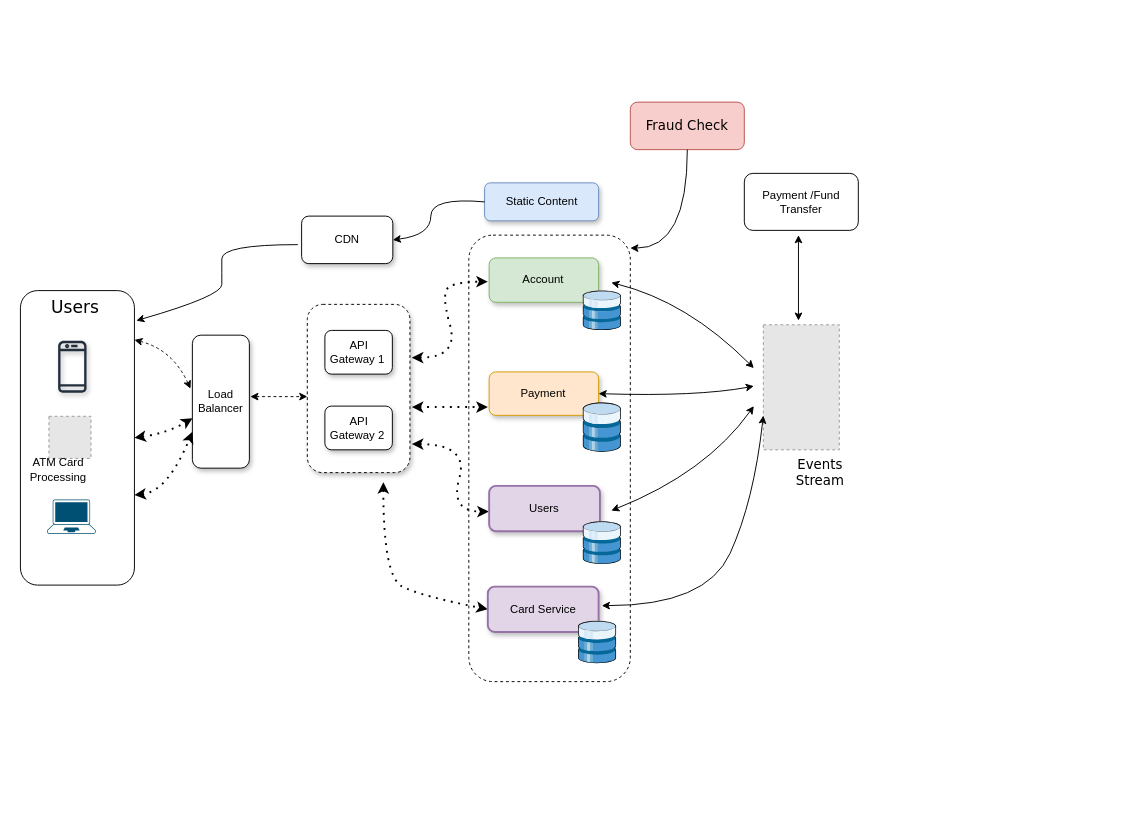
Above: EPAM_Unque_bank.drawio in PramodNegi/problem-solving-techniques (draw.io), before the change. Source tidied: cells renumbered, new cells numbered last; positions are measured from the earlier drawing's top-left corner, leaving out a move shared by most shapes. Both pictures are drawn from the tidied source at 95%, with x=0, y=0 at pixel (20, 102). Pictures stored in the file or linked from it are replaced by grey dashed boxes.
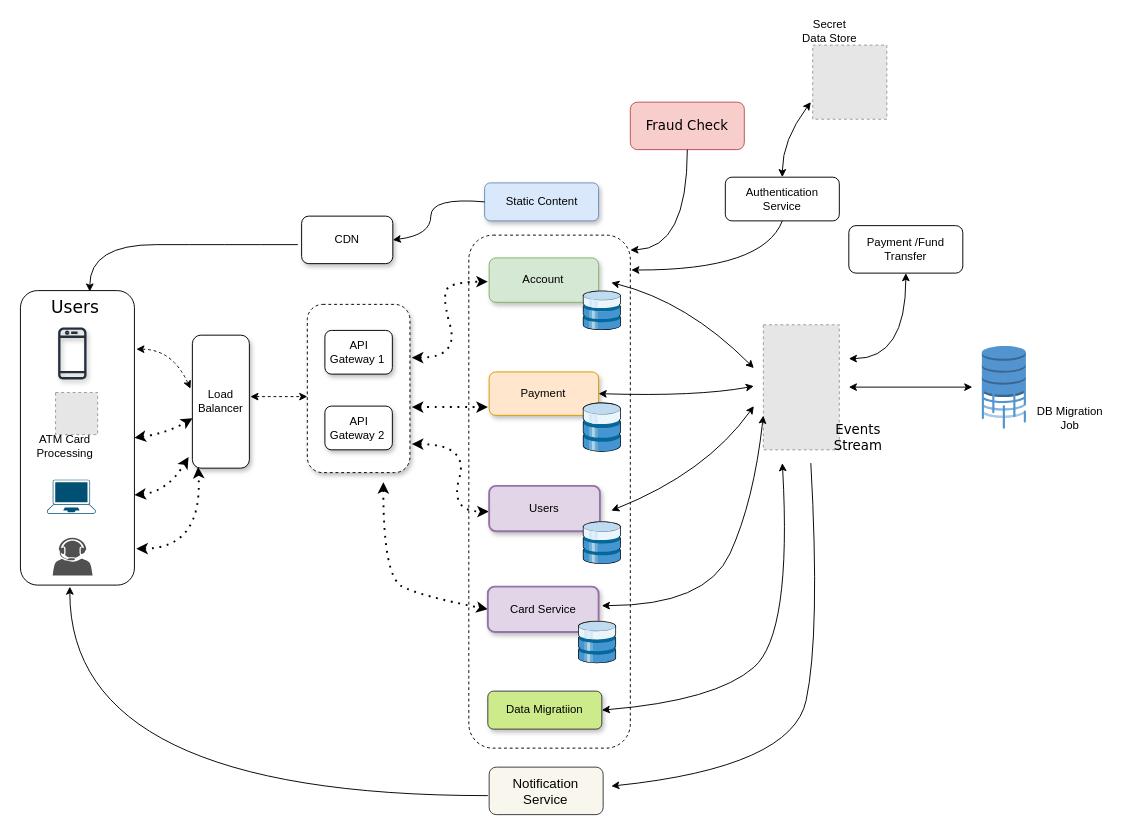
After the change.

The change refers to these unchanged cells:
```xml
<mxCell id="3" value="Load Balancer" style="rounded=1;whiteSpace=wrap;html=1;shadow=1;" parent="1" vertex="1">
  <mxGeometry x="181" y="245.3" width="60" height="140" as="geometry" />
</mxCell>
<mxCell id="16" style="rounded=1;whiteSpace=wrap;html=1;" parent="15" vertex="1">
  <mxGeometry width="120" height="310" as="geometry" />
</mxCell>
<mxCell id="19" value="&lt;font style=&quot;font-size: 18px;&quot; face=&quot;Verdana&quot;&gt;Users&lt;/font&gt;" style="text;html=1;align=center;verticalAlign=middle;whiteSpace=wrap;rounded=0;" parent="15" vertex="1">
  <mxGeometry x="28" y="1" width="60" height="31" as="geometry" />
</mxCell>
```

Change to the diagram source:
```diff
@@
     <mxCell id="2" style="rounded=1;whiteSpace=wrap;html=1;dashed=1;" parent="1" vertex="1">
-      <mxGeometry x="472" y="140" width="170" height="470" as="geometry" />
+      <mxGeometry x="472" y="140" width="170" height="540" as="geometry" />
     </mxCell>
@@
     <mxCell id="15" style="group;shadow=1;rounded=0;glass=1;" parent="1" vertex="1">
-      <mxGeometry y="198.4" width="120" height="310" as="geometry" />
+      <mxGeometry y="198.4" width="120" height="326.6" as="geometry" />
     </mxCell>
@@
     <mxCell id="17" style="sketch=0;fontColor=#232F3E;gradientColor=none;fillColor=#232F3D;strokeColor=none;dashed=0;verticalLabelPosition=bottom;verticalAlign=top;align=center;html=1;fontSize=12;fontStyle=0;shape=mxgraph.aws4.mobile_client;shadow=1;" parent="15" vertex="1">
-      <mxGeometry x="39.7" y="51.7" width="29.9" height="56.9" as="geometry" />
+      <mxGeometry x="39.7" y="37.7" width="29.9" height="56.9" as="geometry" />
     </mxCell>
     <mxCell id="18" style="verticalLabelPosition=bottom;sketch=0;html=1;verticalAlign=top;align=center;shape=mxgraph.cisco19.laptop;fillColor=#005073;strokeColor=none;" parent="15" vertex="1">
-      <mxGeometry x="28" y="220" width="51.3" height="35.9" as="geometry" />
+      <mxGeometry x="28" y="199" width="51.3" height="35.9" as="geometry" />
     </mxCell>
@@
     <mxCell id="20" style="group;" parent="15" vertex="1">
-      <mxGeometry x="10" y="132.3" width="64.3" height="71.7" as="geometry" />
+      <mxGeometry x="17" y="107.3" width="64.3" height="71.7" as="geometry" />
     </mxCell>
@@
+    <mxCell id="46" style="sketch=0;shadow=0;dashed=0;html=1;strokeColor=none;fillColor=#505050;labelPosition=center;verticalLabelPosition=bottom;verticalAlign=top;align=center;shape=mxgraph.office.users.call_center_agent;" parent="15" vertex="1">
+      <mxGeometry x="34" y="260" width="42" height="40" as="geometry" />
+    </mxCell>
-    <mxCell id="23" style="endArrow=classic;html=1;rounded=0;curved=1;flowAnimation=1;" parent="1" edge="1">
+    <mxCell id="23" style="endArrow=classic;html=1;rounded=0;curved=1;flowAnimation=1;entryX=0.75;entryY=0;entryDx=0;entryDy=0;" parent="1" edge="1" target="19">
       <mxGeometry relative="1" as="geometry">
         <mxPoint x="292" y="150" as="sourcePoint" />
-        <mxPoint x="122" y="230" as="targetPoint" />
         <Array as="points">
           <mxPoint x="212" y="150" />
-          <mxPoint x="212" y="180" />
-          <mxPoint x="212" y="204" />
+          <mxPoint x="73" y="150" />
         </Array>
       </mxGeometry>
     </mxCell>
@@
-    <mxCell id="28" style="curved=1;endArrow=classic;html=1;rounded=0;dashed=1;dashPattern=1 3;strokeColor=default;strokeWidth=2;align=center;verticalAlign=middle;fontFamily=Helvetica;fontSize=11;fontColor=default;labelBackgroundColor=default;flowAnimation=1;entryX=0.003;entryY=0.624;entryDx=0;entryDy=0;entryPerimeter=0;startArrow=classic;startFill=1;exitX=1;exitY=0.694;exitDx=0;exitDy=0;exitPerimeter=0;" parent="1" edge="1" source="16">
+    <mxCell id="28" style="curved=1;endArrow=classic;html=1;rounded=0;dashed=1;dashPattern=1 3;strokeColor=default;strokeWidth=2;align=center;verticalAlign=middle;fontFamily=Helvetica;fontSize=11;fontColor=default;labelBackgroundColor=default;flowAnimation=1;entryX=-0.067;entryY=0.916;entryDx=0;entryDy=0;entryPerimeter=0;startArrow=classic;startFill=1;exitX=1;exitY=0.694;exitDx=0;exitDy=0;exitPerimeter=0;" parent="1" edge="1" source="16" target="3">
       <mxGeometry relative="1" as="geometry">
-        <mxPoint x="181" y="347" as="targetPoint" />
         <Array as="points">
           <mxPoint x="155" y="410" />
         </Array>
       </mxGeometry>
     </mxCell>
     <mxCell id="29" style="endArrow=classic;startArrow=classic;html=1;rounded=0;curved=1;entryX=-0.033;entryY=0.402;entryDx=0;entryDy=0;entryPerimeter=0;flowAnimation=1;dashed=1;" parent="1" edge="1" target="3">
       <mxGeometry relative="1" as="geometry">
-        <mxPoint x="120" y="250.3" as="sourcePoint" />
+        <mxPoint x="122" y="260" as="sourcePoint" />
         <Array as="points">
           <mxPoint x="160" y="260.3" />
         </Array>
       </mxGeometry>
     </mxCell>
@@
     <mxCell id="36" value="&lt;font style=&quot;font-size: 14px;&quot; face=&quot;Verdana&quot;&gt;Events Stream&lt;/font&gt;" style="text;html=1;align=center;verticalAlign=middle;whiteSpace=wrap;rounded=0;" parent="1" vertex="1">
-      <mxGeometry x="812" y="375" width="60" height="30" as="geometry" />
+      <mxGeometry x="852" y="338" width="60" height="30" as="geometry" />
     </mxCell>
@@
     <mxCell id="42" value="Payment /Fund Transfer" style="rounded=1;whiteSpace=wrap;html=1;" parent="1" vertex="1">
-      <mxGeometry x="762" y="75" width="120" height="60" as="geometry" />
+      <mxGeometry x="872" y="130" width="120" height="50" as="geometry" />
     </mxCell>
-    <mxCell id="43" style="endArrow=classic;startArrow=classic;html=1;rounded=0;flowAnimation=1;" parent="1" edge="1">
+    <mxCell id="43" style="endArrow=classic;startArrow=classic;html=1;rounded=0;flowAnimation=1;entryX=0.5;entryY=1;entryDx=0;entryDy=0;curved=1;" parent="1" edge="1" target="42">
       <mxGeometry relative="1" as="geometry">
-        <mxPoint x="819" y="230" as="sourcePoint" />
-        <mxPoint x="819" y="140" as="targetPoint" />
+        <mxPoint x="872" y="270" as="sourcePoint" />
+        <Array as="points">
+          <mxPoint x="932" y="270" />
+        </Array>
       </mxGeometry>
     </mxCell>
@@
+    <mxCell id="47" value="Data Migratiion" style="rounded=1;whiteSpace=wrap;html=1;shadow=1;fillColor=#cdeb8b;strokeColor=#36393d;" parent="1" vertex="1">
+      <mxGeometry x="492" y="620" width="120" height="40" as="geometry" />
+    </mxCell>
+    <mxCell id="48" style="curved=1;endArrow=classic;html=1;rounded=0;dashed=1;dashPattern=1 3;strokeColor=default;strokeWidth=2;align=center;verticalAlign=middle;fontFamily=Helvetica;fontSize=11;fontColor=default;labelBackgroundColor=default;flowAnimation=1;entryX=-0.067;entryY=0.916;entryDx=0;entryDy=0;entryPerimeter=0;startArrow=classic;startFill=1;" parent="1" edge="1">
+      <mxGeometry relative="1" as="geometry">
+        <mxPoint x="122" y="470" as="sourcePoint" />
+        <mxPoint x="187" y="384" as="targetPoint" />
+        <Array as="points">
+          <mxPoint x="192" y="470" />
+        </Array>
+      </mxGeometry>
+    </mxCell>
+    <mxCell id="49" style="endArrow=classic;startArrow=classic;html=1;rounded=0;curved=1;flowAnimation=1;exitX=1;exitY=0.5;exitDx=0;exitDy=0;" parent="1" edge="1" source="47">
+      <mxGeometry relative="1" as="geometry">
+        <mxPoint x="802" y="380" as="targetPoint" />
+        <Array as="points">
+          <mxPoint x="732" y="630" />
+          <mxPoint x="812" y="560" />
+        </Array>
+      </mxGeometry>
+    </mxCell>
+    <mxCell id="50" style="dashed=0;verticalLabelPosition=bottom;verticalAlign=top;align=center;html=1;shape=mxgraph.aws3.database_migration_workflow_job;fillColor=#5294CF;gradientColor=none;" parent="1" vertex="1">
+      <mxGeometry x="1012" y="256.7" width="46.5" height="87" as="geometry" />
+    </mxCell>
+    <mxCell id="51" style="endArrow=classic;startArrow=classic;html=1;rounded=0;flowAnimation=1;" parent="1" edge="1">
+      <mxGeometry relative="1" as="geometry">
+        <mxPoint x="872" y="300" as="sourcePoint" />
+        <mxPoint x="1002" y="300" as="targetPoint" />
+      </mxGeometry>
+    </mxCell>
+    <mxCell id="52" value="DB Migration Job" style="text;html=1;align=center;verticalAlign=middle;whiteSpace=wrap;rounded=0;" parent="1" vertex="1">
+      <mxGeometry x="1058" y="316" width="94" height="34" as="geometry" />
+    </mxCell>
+    <mxCell id="53" value="&lt;font style=&quot;font-size: 14px;&quot;&gt;Notification Service&lt;/font&gt;" style="rounded=1;whiteSpace=wrap;html=1;fillColor=#f9f7ed;strokeColor=#36393d;" parent="1" vertex="1">
+      <mxGeometry x="493.4" y="700" width="120" height="50" as="geometry" />
+    </mxCell>
+    <mxCell id="54" style="endArrow=classic;html=1;rounded=0;curved=1;flowAnimation=1;" parent="1" edge="1">
+      <mxGeometry relative="1" as="geometry">
+        <mxPoint x="832" y="380" as="sourcePoint" />
+        <mxPoint x="622" y="720" as="targetPoint" />
+        <Array as="points">
+          <mxPoint x="842" y="560" />
+          <mxPoint x="812" y="700" />
+        </Array>
+      </mxGeometry>
+    </mxCell>
+    <mxCell id="55" style="endArrow=classic;html=1;rounded=0;flowAnimation=1;curved=1;" parent="1" edge="1">
+      <mxGeometry relative="1" as="geometry">
+        <mxPoint x="492" y="730" as="sourcePoint" />
+        <mxPoint x="52" y="510" as="targetPoint" />
+        <Array as="points">
+          <mxPoint x="52" y="730" />
+        </Array>
+      </mxGeometry>
+    </mxCell>
+    <mxCell id="56" value="Authentication Service" style="rounded=1;whiteSpace=wrap;html=1;" parent="1" vertex="1">
+      <mxGeometry x="742" y="79" width="120" height="46" as="geometry" />
+    </mxCell>
+    <mxCell id="57" style="endArrow=none;startArrow=classic;html=1;rounded=0;entryX=0.5;entryY=1;entryDx=0;entryDy=0;exitX=1.006;exitY=0.068;exitDx=0;exitDy=0;exitPerimeter=0;curved=1;endFill=0;flowAnimation=1;" parent="1" edge="1" source="2" target="56">
+      <mxGeometry relative="1" as="geometry">
+        <Array as="points">
+          <mxPoint x="782" y="177" />
+        </Array>
+      </mxGeometry>
+    </mxCell>
+    <mxCell id="58" style="fillColor=#E6E6E6;strokeColor=#999999;dashed=1;html=1;verticalAlign=top;verticalLabelPosition=bottom;labelBackgroundColor=#ffffff;" parent="1" vertex="1">
+      <mxGeometry x="834" y="-60" width="78" height="78" as="geometry" />
+    </mxCell>
+    <mxCell id="59" style="endArrow=classic;startArrow=classic;html=1;rounded=0;exitX=0.5;exitY=0;exitDx=0;exitDy=0;flowAnimation=1;curved=1;" parent="1" edge="1" source="56">
+      <mxGeometry relative="1" as="geometry">
+        <mxPoint x="832" as="targetPoint" />
+        <Array as="points">
+          <mxPoint x="802" y="40" />
+        </Array>
+      </mxGeometry>
+    </mxCell>
+    <mxCell id="60" value="Secret Data Store" style="text;html=1;align=center;verticalAlign=middle;whiteSpace=wrap;rounded=0;" parent="1" vertex="1">
+      <mxGeometry x="822" y="-90" width="60" height="30" as="geometry" />
+    </mxCell>
```
